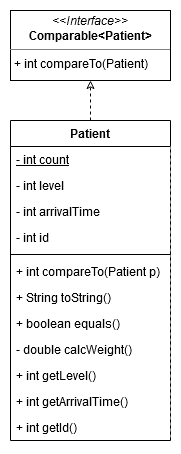
jack-mil/ER-Simulator keeps this draw.io diagram as Docs/Patient-UML.png. Above is the earlier version. Source tidied: cells renumbered, new cells last; positions are measured from the earlier drawing's top-left corner, leaving out a move shared by most shapes.
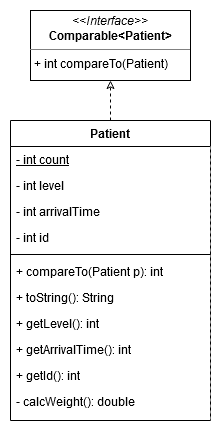
Later version of the same file.

Change to the diagram source:
```diff
@@ -2,52 +2,47 @@
   <root>
     <mxCell id="0" />
     <mxCell id="1" parent="0" />
-    <mxCell id="2" style="edgeStyle=orthogonalEdgeStyle;rounded=0;jettySize=auto;html=1;dashed=1;endArrow=classic;endFill=0;" parent="1" edge="1" source="3">
-      <mxGeometry relative="1" as="geometry">
-        <mxPoint x="80" y="70" as="targetPoint" />
-      </mxGeometry>
+    <mxCell id="2" style="edgeStyle=orthogonalEdgeStyle;rounded=0;jettySize=auto;html=1;dashed=1;endArrow=classic;endFill=0;entryX=0.5;entryY=1;entryDx=0;entryDy=0;exitX=0.5;exitY=0;exitDx=0;exitDy=0;" parent="1" edge="1" source="3" target="16">
+      <mxGeometry relative="1" as="geometry" />
     </mxCell>
     <mxCell id="3" value="Patient" style="swimlane;fontStyle=1;align=center;verticalAlign=top;horizontal=1;startSize=26;rounded=0;shadow=0;strokeWidth=1;separatorColor=#828282;" parent="1" vertex="1">
-      <mxGeometry y="110" width="160" height="320" as="geometry" />
+      <mxGeometry y="110" width="200" height="300" as="geometry" />
     </mxCell>
     <mxCell id="4" value="- int count" style="text;align=left;verticalAlign=top;spacingLeft=4;spacingRight=4;overflow=hidden;fontStyle=4;" parent="3" vertex="1">
-      <mxGeometry y="26" width="160" height="26" as="geometry" />
+      <mxGeometry y="26" width="200" height="26" as="geometry" />
     </mxCell>
     <mxCell id="5" value="- int level" style="text;align=left;verticalAlign=top;spacingLeft=4;spacingRight=4;overflow=hidden;rounded=0;shadow=0;html=0;" parent="3" vertex="1">
-      <mxGeometry y="52" width="160" height="26" as="geometry" />
+      <mxGeometry y="52" width="200" height="26" as="geometry" />
     </mxCell>
     <mxCell id="6" value="- int arrivalTime" style="text;align=left;verticalAlign=top;spacingLeft=4;spacingRight=4;overflow=hidden;rounded=0;shadow=0;html=0;" parent="3" vertex="1">
-      <mxGeometry y="78" width="160" height="26" as="geometry" />
+      <mxGeometry y="78" width="200" height="26" as="geometry" />
     </mxCell>
     <mxCell id="7" value="- int id" style="text;align=left;verticalAlign=top;spacingLeft=4;spacingRight=4;overflow=hidden;rounded=0;shadow=0;html=0;" parent="3" vertex="1">
-      <mxGeometry y="104" width="160" height="26" as="geometry" />
+      <mxGeometry y="104" width="200" height="26" as="geometry" />
     </mxCell>
     <mxCell id="8" style="line;html=1;strokeWidth=1;align=left;verticalAlign=middle;spacingTop=-1;spacingLeft=3;spacingRight=3;labelPosition=right;" parent="3" vertex="1">
-      <mxGeometry y="130" width="160" height="8" as="geometry" />
+      <mxGeometry y="130" width="200" height="8" as="geometry" />
     </mxCell>
-    <mxCell id="9" value="+ int compareTo(Patient p)&#10;" style="text;align=left;verticalAlign=top;spacingLeft=4;spacingRight=4;overflow=hidden;" parent="3" vertex="1">
-      <mxGeometry y="138" width="160" height="26" as="geometry" />
+    <mxCell id="9" value="+ compareTo(Patient p): int" style="text;align=left;verticalAlign=top;spacingLeft=4;spacingRight=4;overflow=hidden;" parent="3" vertex="1">
+      <mxGeometry y="138" width="200" height="26" as="geometry" />
     </mxCell>
-    <mxCell id="10" value="+ String toString()" style="text;align=left;verticalAlign=top;spacingLeft=4;spacingRight=4;overflow=hidden;" parent="3" vertex="1">
-      <mxGeometry y="164" width="160" height="26" as="geometry" />
+    <mxCell id="10" value="+ toString(): String" style="text;align=left;verticalAlign=top;spacingLeft=4;spacingRight=4;overflow=hidden;" parent="3" vertex="1">
+      <mxGeometry y="164" width="200" height="26" as="geometry" />
     </mxCell>
-    <mxCell id="11" value="+ boolean equals()" style="text;align=left;verticalAlign=top;spacingLeft=4;spacingRight=4;overflow=hidden;" parent="3" vertex="1">
-      <mxGeometry y="190" width="160" height="26" as="geometry" />
-    </mxCell>
-    <mxCell id="12" value="- double calcWeight()" style="text;align=left;verticalAlign=top;spacingLeft=4;spacingRight=4;overflow=hidden;" parent="3" vertex="1">
-      <mxGeometry y="216" width="160" height="26" as="geometry" />
-    </mxCell>
-    <mxCell id="13" value="+ int getLevel()" style="text;align=left;verticalAlign=top;spacingLeft=4;spacingRight=4;overflow=hidden;" parent="3" vertex="1">
-      <mxGeometry y="242" width="160" height="26" as="geometry" />
+    <mxCell id="13" value="+ getLevel(): int" style="text;align=left;verticalAlign=top;spacingLeft=4;spacingRight=4;overflow=hidden;" parent="3" vertex="1">
+      <mxGeometry y="190" width="200" height="26" as="geometry" />
     </mxCell>
-    <mxCell id="14" value="+ int getArrivalTime()" style="text;align=left;verticalAlign=top;spacingLeft=4;spacingRight=4;overflow=hidden;" parent="3" vertex="1">
-      <mxGeometry y="268" width="160" height="26" as="geometry" />
+    <mxCell id="14" value="+ getArrivalTime(): int" style="text;align=left;verticalAlign=top;spacingLeft=4;spacingRight=4;overflow=hidden;" parent="3" vertex="1">
+      <mxGeometry y="216" width="200" height="26" as="geometry" />
     </mxCell>
-    <mxCell id="15" value="+ int getId()" style="text;align=left;verticalAlign=top;spacingLeft=4;spacingRight=4;overflow=hidden;" parent="3" vertex="1">
-      <mxGeometry y="294" width="160" height="26" as="geometry" />
+    <mxCell id="15" value="+ getId(): int" style="text;align=left;verticalAlign=top;spacingLeft=4;spacingRight=4;overflow=hidden;" parent="3" vertex="1">
+      <mxGeometry y="242" width="200" height="26" as="geometry" />
     </mxCell>
+    <mxCell id="12" value="- calcWeight(): double" style="text;align=left;verticalAlign=top;spacingLeft=4;spacingRight=4;overflow=hidden;" parent="3" vertex="1">
+      <mxGeometry y="268" width="200" height="26" as="geometry" />
+    </mxCell>
     <mxCell id="16" value="&lt;p style=&quot;margin: 0px ; margin-top: 4px ; text-align: center&quot;&gt;&lt;i&gt;&amp;lt;&amp;lt;Interface&amp;gt;&amp;gt;&lt;/i&gt;&lt;br&gt;&lt;b&gt;Comparable&amp;lt;Patient&amp;gt;&lt;/b&gt;&lt;/p&gt;&lt;hr size=&quot;1&quot;&gt;&lt;p style=&quot;margin: 0px ; margin-left: 4px&quot;&gt;+ int compareTo(Patient)&lt;/p&gt;" style="verticalAlign=top;align=left;overflow=fill;fontSize=12;fontFamily=Helvetica;html=1;" parent="1" vertex="1">
-      <mxGeometry width="160" height="70" as="geometry" />
+      <mxGeometry x="20" width="160" height="70" as="geometry" />
     </mxCell>
   </root>
 </mxGraphModel>
```
